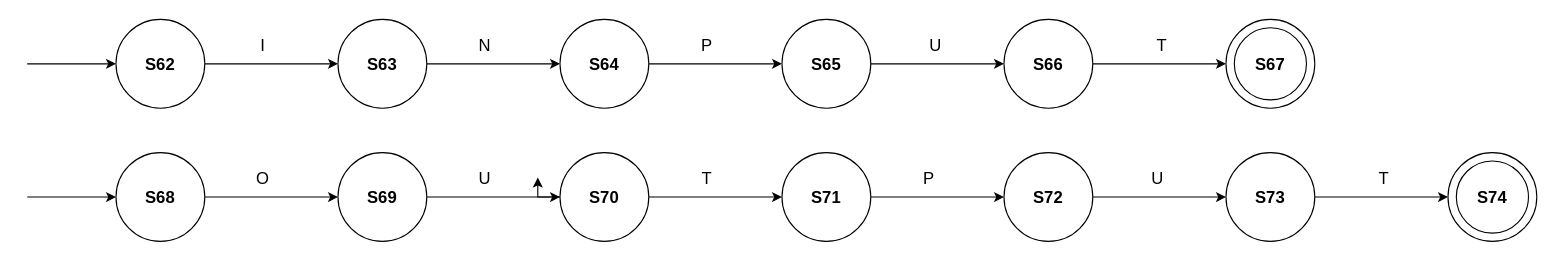
MonaJea-Ng/Projects keeps this draw.io diagram as i/oWords.drawio. Above is the earlier version. Source tidied: cells renumbered, new cells numbered last; positions are measured from the earlier drawing's top-left corner, leaving out a move shared by most shapes. Both pictures are drawn from the tidied source at 111%, with x=0, y=0 at pixel (27, 19).
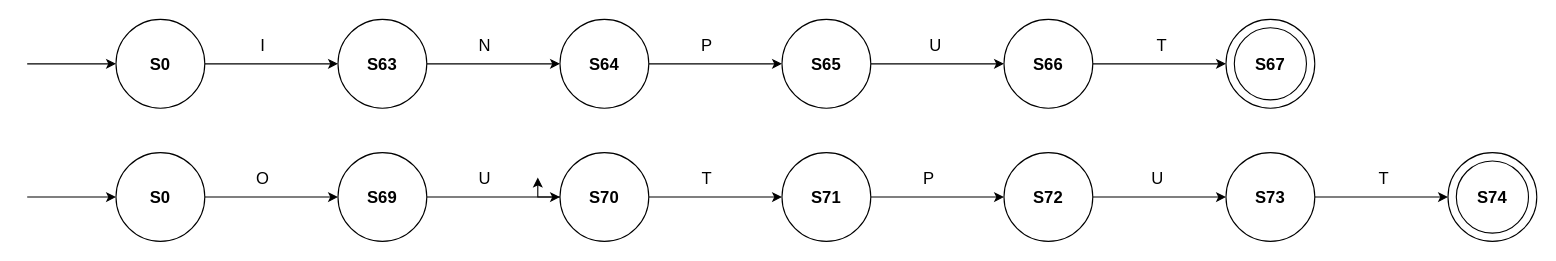
After the change.

Diff of the diagram source:
```diff
@@
-    <mxCell id="24" value="&lt;b style=&quot;font-size: 15px;&quot;&gt;S62&lt;/b&gt;" style="text;html=1;strokeColor=none;fillColor=none;align=center;verticalAlign=middle;whiteSpace=wrap;rounded=0;fontSize=15;" parent="1" vertex="1">
+    <mxCell id="24" value="&lt;b style=&quot;font-size: 15px;&quot;&gt;S0&lt;/b&gt;" style="text;html=1;strokeColor=none;fillColor=none;align=center;verticalAlign=middle;whiteSpace=wrap;rounded=0;fontSize=15;" parent="1" vertex="1">
       <mxGeometry x="90" y="25" width="60" height="30" as="geometry" />
     </mxCell>
@@
-    <mxCell id="53" value="&lt;b style=&quot;font-size: 15px;&quot;&gt;S68&lt;/b&gt;" style="text;html=1;strokeColor=none;fillColor=none;align=center;verticalAlign=middle;whiteSpace=wrap;rounded=0;fontSize=15;" parent="1" vertex="1">
+    <mxCell id="53" value="&lt;b style=&quot;font-size: 15px;&quot;&gt;S0&lt;/b&gt;" style="text;html=1;strokeColor=none;fillColor=none;align=center;verticalAlign=middle;whiteSpace=wrap;rounded=0;fontSize=15;" parent="1" vertex="1">
       <mxGeometry x="90" y="145" width="60" height="30" as="geometry" />
     </mxCell>
```
